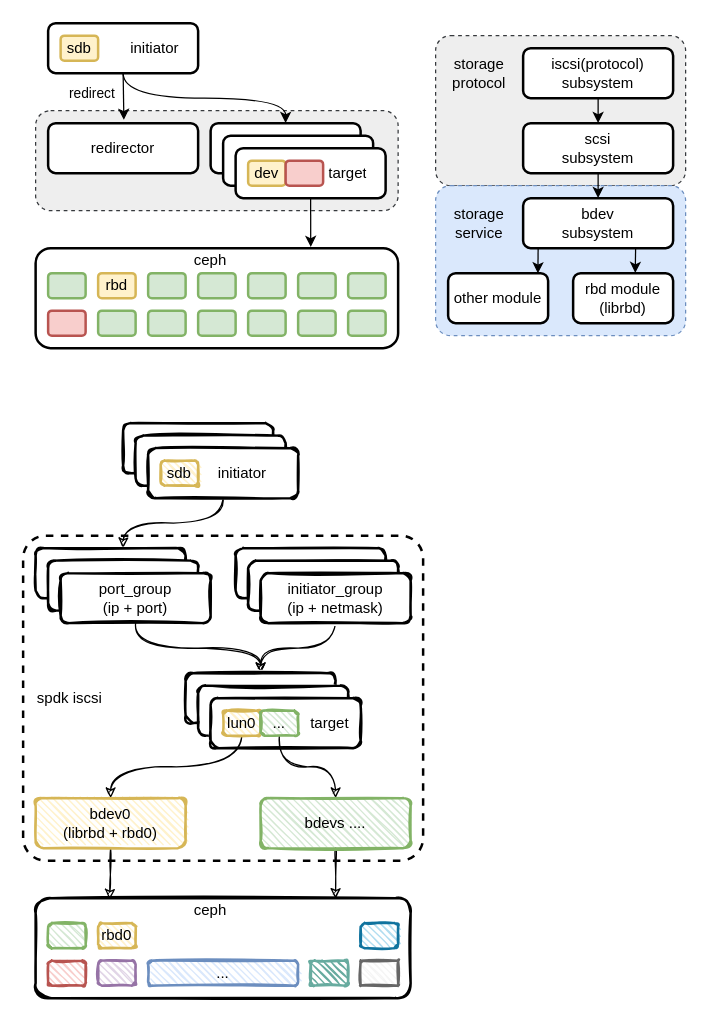
EarthWind/deeparch keeps this draw.io diagram as page "spdk_ceph" (1 of 3) of spdk/spdk_iscsi.drawio. Above is the earlier version. Source tidied: cells renumbered, new cells numbered last; positions are measured from the earlier drawing's top-left corner, leaving out a move shared by most shapes. Both pictures are drawn from the tidied source at 125%, with x=0, y=0 at pixel (22, 22).
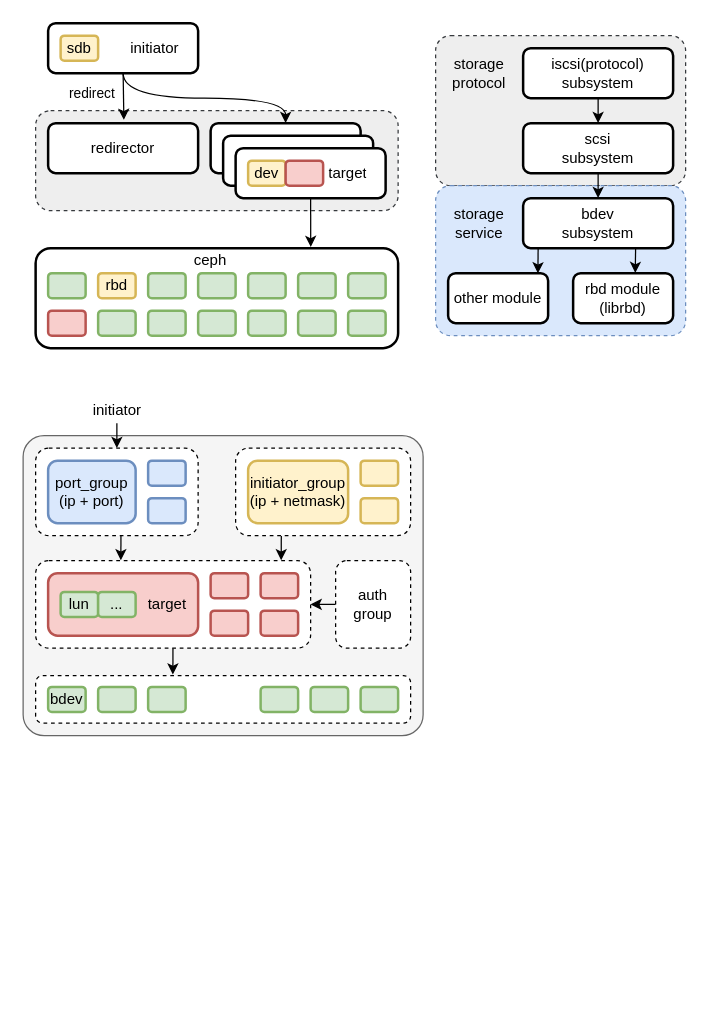
The same diagram, later.

Diff of the diagram source:
```diff
@@
+    <mxCell id="4" style="rounded=1;whiteSpace=wrap;html=1;strokeWidth=1;fillWeight=4;hachureGap=8;hachureAngle=45;sketch=0;shadow=0;fontSize=12;arcSize=7;fillColor=#f5f5f5;fontColor=#333333;strokeColor=#666666;" parent="1" vertex="1">
+      <mxGeometry y="330" width="320" height="240" as="geometry" />
+    </mxCell>
+    <mxCell id="84" style="edgeStyle=none;rounded=0;sketch=0;jettySize=auto;html=1;entryX=0.366;entryY=-0.023;entryDx=0;entryDy=0;entryPerimeter=0;" parent="1" edge="1" source="85" target="42">
+      <mxGeometry relative="1" as="geometry" />
+    </mxCell>
+    <mxCell id="85" style="rounded=1;whiteSpace=wrap;html=1;strokeWidth=1;fillWeight=4;hachureGap=8;hachureAngle=45;sketch=0;shadow=0;fontSize=12;dashed=1;" parent="1" vertex="1">
+      <mxGeometry x="10" y="430" width="220" height="70" as="geometry" />
+    </mxCell>
+    <mxCell id="86" style="edgeStyle=none;rounded=0;sketch=0;jettySize=auto;html=1;entryX=0.31;entryY=-0.003;entryDx=0;entryDy=0;entryPerimeter=0;exitX=0.525;exitY=1;exitDx=0;exitDy=0;exitPerimeter=0;" parent="1" edge="1" source="87" target="85">
+      <mxGeometry relative="1" as="geometry" />
+    </mxCell>
+    <mxCell id="87" style="rounded=1;whiteSpace=wrap;html=1;strokeWidth=1;fillWeight=4;hachureGap=8;hachureAngle=45;sketch=0;shadow=0;fontSize=12;dashed=1;" parent="1" vertex="1">
+      <mxGeometry x="10" y="340" width="130" height="70" as="geometry" />
+    </mxCell>
+    <mxCell id="88" style="rounded=1;whiteSpace=wrap;html=1;strokeWidth=2;fillWeight=4;hachureGap=8;hachureAngle=45;sketch=0;shadow=0;fontSize=12;fillColor=#f8cecc;strokeColor=#b85450;" parent="1" vertex="1">
+      <mxGeometry x="20" y="440" width="120" height="50" as="geometry" />
+    </mxCell>
@@
-    <mxCell id="4" style="rounded=1;whiteSpace=wrap;html=1;strokeWidth=2;fillWeight=4;hachureGap=8;hachureAngle=45;sketch=0;shadow=0;fontSize=12;dashed=1;arcSize=7;" parent="1" vertex="1">
-      <mxGeometry y="410" width="320" height="260" as="geometry" />
-    </mxCell>
@@
-    <mxCell id="17" style="rounded=1;whiteSpace=wrap;html=1;strokeWidth=2;fillWeight=4;hachureGap=8;hachureAngle=45;sketch=1;shadow=0;fontSize=12;fontColor=#000000;fillColor=#FFFFFF;" parent="1" vertex="1">
-      <mxGeometry x="80" y="320" width="120" height="40" as="geometry" />
-    </mxCell>
-    <mxCell id="18" style="rounded=1;whiteSpace=wrap;html=1;strokeWidth=2;fillWeight=4;hachureGap=8;hachureAngle=45;sketch=1;shadow=0;fontSize=12;fontColor=#000000;fillColor=#FFFFFF;" parent="1" vertex="1">
-      <mxGeometry x="90" y="330" width="120" height="40" as="geometry" />
-    </mxCell>
-    <mxCell id="19" style="edgeStyle=orthogonalEdgeStyle;curved=1;rounded=0;sketch=1;jettySize=auto;html=1;exitX=0.5;exitY=1;exitDx=0;exitDy=0;" parent="1" edge="1" source="20">
-      <mxGeometry relative="1" as="geometry">
-        <mxPoint x="80" y="420" as="targetPoint" />
-      </mxGeometry>
-    </mxCell>
-    <mxCell id="20" style="rounded=1;whiteSpace=wrap;html=1;strokeWidth=2;fillWeight=4;hachureGap=8;hachureAngle=45;sketch=1;shadow=0;fontSize=12;fontColor=#000000;fillColor=#FFFFFF;" parent="1" vertex="1">
-      <mxGeometry x="100" y="340" width="120" height="40" as="geometry" />
-    </mxCell>
-    <mxCell id="21" value="sdb" style="rounded=1;whiteSpace=wrap;html=1;strokeWidth=2;fillWeight=1;hachureGap=4;hachureAngle=45;sketch=1;shadow=0;fontSize=12;fillColor=#fff2cc;strokeColor=#d6b656;" parent="1" vertex="1">
-      <mxGeometry x="110" y="350" width="30" height="20" as="geometry" />
-    </mxCell>
-    <mxCell id="22" style="rounded=1;whiteSpace=wrap;html=1;strokeWidth=2;fillWeight=4;hachureGap=8;hachureAngle=45;sketch=1;shadow=0;fontSize=12;fontColor=#000000;fillColor=#FFFFFF;" parent="1" vertex="1">
-      <mxGeometry x="10" y="420" width="120" height="40" as="geometry" />
-    </mxCell>
-    <mxCell id="23" style="rounded=1;whiteSpace=wrap;html=1;strokeWidth=2;fillWeight=4;hachureGap=8;hachureAngle=45;sketch=1;shadow=0;fontSize=12;fontColor=#000000;fillColor=#FFFFFF;" parent="1" vertex="1">
-      <mxGeometry x="20" y="430" width="120" height="40" as="geometry" />
-    </mxCell>
-    <mxCell id="24" style="edgeStyle=orthogonalEdgeStyle;rounded=0;jettySize=auto;html=1;entryX=0.5;entryY=0;entryDx=0;entryDy=0;sketch=1;curved=1;" parent="1" edge="1" source="25" target="30">
-      <mxGeometry relative="1" as="geometry" />
-    </mxCell>
-    <mxCell id="25" value="port_group&lt;br&gt;(ip + port)" style="rounded=1;whiteSpace=wrap;html=1;strokeWidth=2;fillWeight=4;hachureGap=8;hachureAngle=45;sketch=1;shadow=0;fontSize=12;fontColor=#000000;fillColor=#FFFFFF;" parent="1" vertex="1">
-      <mxGeometry x="30" y="440" width="120" height="40" as="geometry" />
+    <mxCell id="25" value="port_group&lt;br&gt;(ip + port)" style="rounded=1;whiteSpace=wrap;html=1;strokeWidth=2;fillWeight=4;hachureGap=8;hachureAngle=45;sketch=0;shadow=0;fontSize=12;fillColor=#dae8fc;strokeColor=#6c8ebf;" parent="1" vertex="1">
+      <mxGeometry x="20" y="350" width="70" height="50" as="geometry" />
     </mxCell>
+    <mxCell id="89" style="edgeStyle=none;rounded=0;sketch=0;jettySize=auto;html=1;entryX=0.893;entryY=-0.004;entryDx=0;entryDy=0;entryPerimeter=0;exitX=0.261;exitY=1.002;exitDx=0;exitDy=0;exitPerimeter=0;" parent="1" edge="1" source="26" target="85">
+      <mxGeometry relative="1" as="geometry" />
+    </mxCell>
-    <mxCell id="26" style="rounded=1;whiteSpace=wrap;html=1;strokeWidth=2;fillWeight=4;hachureGap=8;hachureAngle=45;sketch=1;shadow=0;fontSize=12;fontColor=#000000;fillColor=#FFFFFF;" parent="1" vertex="1">
-      <mxGeometry x="170" y="420" width="120" height="40" as="geometry" />
+    <mxCell id="26" style="rounded=1;whiteSpace=wrap;html=1;strokeWidth=1;fillWeight=4;hachureGap=8;hachureAngle=45;sketch=0;shadow=0;fontSize=12;fontColor=#000000;fillColor=#FFFFFF;dashed=1;" parent="1" vertex="1">
+      <mxGeometry x="170" y="340" width="140" height="70" as="geometry" />
     </mxCell>
-    <mxCell id="27" style="rounded=1;whiteSpace=wrap;html=1;strokeWidth=2;fillWeight=4;hachureGap=8;hachureAngle=45;sketch=1;shadow=0;fontSize=12;fontColor=#000000;fillColor=#FFFFFF;" parent="1" vertex="1">
-      <mxGeometry x="180" y="430" width="120" height="40" as="geometry" />
-    </mxCell>
-    <mxCell id="28" style="edgeStyle=orthogonalEdgeStyle;curved=1;rounded=0;sketch=1;jettySize=auto;html=1;entryX=0.5;entryY=0;entryDx=0;entryDy=0;exitX=0.5;exitY=1;exitDx=0;exitDy=0;" parent="1" edge="1" source="29" target="30">
-      <mxGeometry relative="1" as="geometry" />
-    </mxCell>
-    <mxCell id="29" value="initiator_group&lt;br&gt;(ip + netmask)" style="rounded=1;whiteSpace=wrap;html=1;strokeWidth=2;fillWeight=4;hachureGap=8;hachureAngle=45;sketch=1;shadow=0;fontSize=12;fontColor=#000000;fillColor=#FFFFFF;" parent="1" vertex="1">
-      <mxGeometry x="190" y="440" width="120" height="40" as="geometry" />
+    <mxCell id="29" value="initiator_group&lt;br&gt;(ip + netmask)" style="rounded=1;whiteSpace=wrap;html=1;strokeWidth=2;fillWeight=4;hachureGap=8;hachureAngle=45;sketch=0;shadow=0;fontSize=12;fillColor=#fff2cc;strokeColor=#d6b656;" parent="1" vertex="1">
+      <mxGeometry x="180" y="350" width="80" height="50" as="geometry" />
     </mxCell>
-    <mxCell id="30" style="rounded=1;whiteSpace=wrap;html=1;strokeWidth=2;fillWeight=4;hachureGap=8;hachureAngle=45;sketch=1;shadow=0;fontSize=12;fontColor=#000000;fillColor=#FFFFFF;" parent="1" vertex="1">
-      <mxGeometry x="130" y="520" width="120" height="40" as="geometry" />
-    </mxCell>
-    <mxCell id="31" style="rounded=1;whiteSpace=wrap;html=1;strokeWidth=2;fillWeight=4;hachureGap=8;hachureAngle=45;sketch=1;shadow=0;fontSize=12;fontColor=#000000;fillColor=#FFFFFF;" parent="1" vertex="1">
-      <mxGeometry x="140" y="530" width="120" height="40" as="geometry" />
-    </mxCell>
-    <mxCell id="32" style="rounded=1;whiteSpace=wrap;html=1;strokeWidth=2;fillWeight=4;hachureGap=8;hachureAngle=45;sketch=1;shadow=0;fontSize=12;fontColor=#000000;fillColor=#FFFFFF;" parent="1" vertex="1">
-      <mxGeometry x="150" y="540" width="120" height="40" as="geometry" />
-    </mxCell>
-    <mxCell id="33" style="edgeStyle=orthogonalEdgeStyle;curved=1;rounded=0;sketch=1;jettySize=auto;html=1;exitX=0.5;exitY=1;exitDx=0;exitDy=0;" parent="1" edge="1" source="34" target="40">
-      <mxGeometry relative="1" as="geometry" />
-    </mxCell>
-    <mxCell id="34" value="lun0" style="rounded=1;whiteSpace=wrap;html=1;strokeWidth=2;fillWeight=1;hachureGap=4;hachureAngle=45;sketch=1;shadow=0;fontSize=12;fillColor=#fff2cc;strokeColor=#d6b656;" parent="1" vertex="1">
-      <mxGeometry x="160" y="550" width="30" height="20" as="geometry" />
-    </mxCell>
-    <mxCell id="35" value="initiator" style="text;html=1;align=center;verticalAlign=middle;points=[];strokeColor=none;" parent="1" vertex="1">
-      <mxGeometry x="150" y="350" width="50" height="20" as="geometry" />
-    </mxCell>
-    <mxCell id="36" value="target" style="text;html=1;align=center;verticalAlign=middle;strokeColor=none;" parent="1" vertex="1">
-      <mxGeometry x="220" y="550" width="50" height="20" as="geometry" />
-    </mxCell>
-    <mxCell id="37" style="edgeStyle=orthogonalEdgeStyle;curved=1;rounded=0;sketch=1;jettySize=auto;html=1;" parent="1" edge="1" source="38" target="42">
-      <mxGeometry relative="1" as="geometry" />
-    </mxCell>
-    <mxCell id="38" value="..." style="rounded=1;whiteSpace=wrap;html=1;strokeWidth=2;fillWeight=1;hachureGap=4;hachureAngle=45;sketch=1;shadow=0;fontSize=12;fillColor=#d5e8d4;strokeColor=#82b366;" parent="1" vertex="1">
-      <mxGeometry x="190" y="550" width="30" height="20" as="geometry" />
-    </mxCell>
-    <mxCell id="39" style="edgeStyle=orthogonalEdgeStyle;curved=1;rounded=0;sketch=1;jettySize=auto;html=1;entryX=0.197;entryY=0.014;entryDx=0;entryDy=0;entryPerimeter=0;" parent="1" edge="1" source="40" target="61">
-      <mxGeometry relative="1" as="geometry" />
-    </mxCell>
-    <mxCell id="40" value="bdev0&lt;br&gt;(librbd + rbd0)" style="rounded=1;whiteSpace=wrap;html=1;strokeWidth=2;fillWeight=1;hachureGap=4;hachureAngle=45;sketch=1;shadow=0;fontSize=12;fillColor=#fff2cc;strokeColor=#d6b656;" parent="1" vertex="1">
-      <mxGeometry x="10" y="620" width="120" height="40" as="geometry" />
-    </mxCell>
-    <mxCell id="41" style="edgeStyle=orthogonalEdgeStyle;curved=1;rounded=0;sketch=1;jettySize=auto;html=1;entryX=0.8;entryY=0.007;entryDx=0;entryDy=0;entryPerimeter=0;" parent="1" edge="1" source="42" target="61">
-      <mxGeometry relative="1" as="geometry" />
-    </mxCell>
-    <mxCell id="42" value="bdevs ...." style="rounded=1;whiteSpace=wrap;html=1;strokeWidth=2;fillWeight=1;hachureGap=4;hachureAngle=45;sketch=1;shadow=0;fontSize=12;fillColor=#d5e8d4;strokeColor=#82b366;" parent="1" vertex="1">
-      <mxGeometry x="190" y="620" width="120" height="40" as="geometry" />
+    <mxCell id="42" style="rounded=1;whiteSpace=wrap;html=1;strokeWidth=1;fillWeight=1;hachureGap=4;hachureAngle=45;sketch=0;shadow=0;fontSize=12;dashed=1;" parent="1" vertex="1">
+      <mxGeometry x="10" y="522" width="300" height="38" as="geometry" />
     </mxCell>
@@
-    <mxCell id="61" style="rounded=1;whiteSpace=wrap;html=1;strokeWidth=2;fillWeight=4;hachureGap=8;hachureAngle=45;sketch=1;shadow=0;fontSize=12;fontColor=#000000;fillColor=#FFFFFF;" parent="1" vertex="1">
-      <mxGeometry x="10" y="700" width="300" height="80" as="geometry" />
-    </mxCell>
-    <mxCell id="62" value="ceph" style="text;html=1;strokeColor=none;fillColor=none;align=center;verticalAlign=middle;whiteSpace=wrap;overflow=hidden;" parent="1" vertex="1">
-      <mxGeometry x="130" y="700" width="40" height="20" as="geometry" />
-    </mxCell>
-    <mxCell id="63" style="rounded=1;whiteSpace=wrap;html=1;strokeWidth=2;fillWeight=1;hachureGap=4;hachureAngle=45;sketch=1;shadow=0;fontSize=12;fillColor=#d5e8d4;strokeColor=#82b366;" parent="1" vertex="1">
-      <mxGeometry x="20" y="720" width="30" height="20" as="geometry" />
-    </mxCell>
-    <mxCell id="64" style="rounded=1;whiteSpace=wrap;html=1;strokeWidth=2;fillWeight=1;hachureGap=4;hachureAngle=45;sketch=1;shadow=0;fontSize=12;fillColor=#f8cecc;strokeColor=#b85450;" parent="1" vertex="1">
-      <mxGeometry x="20" y="750" width="30" height="20" as="geometry" />
-    </mxCell>
-    <mxCell id="65" value="rbd0" style="rounded=1;whiteSpace=wrap;html=1;strokeWidth=2;fillWeight=1;hachureGap=4;hachureAngle=45;sketch=1;shadow=0;fontSize=12;fillColor=#fff2cc;strokeColor=#d6b656;" parent="1" vertex="1">
-      <mxGeometry x="60" y="720" width="30" height="20" as="geometry" />
-    </mxCell>
-    <mxCell id="66" style="rounded=1;whiteSpace=wrap;html=1;strokeWidth=2;fillWeight=1;hachureGap=4;hachureAngle=45;sketch=1;shadow=0;fontSize=12;fillColor=#e1d5e7;strokeColor=#9673a6;" parent="1" vertex="1">
-      <mxGeometry x="60" y="750" width="30" height="20" as="geometry" />
-    </mxCell>
-    <mxCell id="67" value="..." style="rounded=1;whiteSpace=wrap;html=1;strokeWidth=2;fillWeight=1;hachureGap=4;hachureAngle=45;sketch=1;shadow=0;fontSize=12;fillColor=#dae8fc;strokeColor=#6c8ebf;" parent="1" vertex="1">
-      <mxGeometry x="100" y="750" width="120" height="20" as="geometry" />
-    </mxCell>
-    <mxCell id="68" style="rounded=1;whiteSpace=wrap;html=1;strokeWidth=2;fillWeight=1;hachureGap=4;hachureAngle=45;sketch=1;shadow=0;fontSize=12;fillColor=#b1ddf0;strokeColor=#10739e;" parent="1" vertex="1">
-      <mxGeometry x="270" y="720" width="30" height="20" as="geometry" />
-    </mxCell>
-    <mxCell id="69" style="rounded=1;whiteSpace=wrap;html=1;strokeWidth=2;fillWeight=1;hachureGap=4;hachureAngle=45;sketch=1;shadow=0;fontSize=12;fillColor=#f5f5f5;strokeColor=#666666;arcSize=0;fontColor=#333333;" parent="1" vertex="1">
-      <mxGeometry x="270" y="750" width="30" height="20" as="geometry" />
-    </mxCell>
-    <mxCell id="70" style="rounded=1;whiteSpace=wrap;html=1;strokeWidth=2;fillWeight=1;hachureGap=4;hachureAngle=45;sketch=1;shadow=0;fontSize=12;fillColor=#67AB9F;strokeColor=#67AB9F;" parent="1" vertex="1">
-      <mxGeometry x="230" y="750" width="30" height="20" as="geometry" />
-    </mxCell>
@@
-    <mxCell id="72" value="spdk iscsi" style="text;html=1;strokeColor=none;fillColor=none;align=center;verticalAlign=middle;whiteSpace=wrap;overflow=hidden;" parent="1" vertex="1">
-      <mxGeometry x="5" y="530" width="65" height="20" as="geometry" />
-    </mxCell>
@@
+    <mxCell id="90" style="edgeStyle=none;rounded=0;sketch=0;jettySize=auto;html=1;entryX=1;entryY=0.5;entryDx=0;entryDy=0;" parent="1" edge="1" source="91" target="85">
+      <mxGeometry relative="1" as="geometry" />
+    </mxCell>
+    <mxCell id="91" value="auth&lt;br&gt;group" style="rounded=1;whiteSpace=wrap;html=1;strokeWidth=1;fillWeight=4;hachureGap=8;hachureAngle=45;sketch=0;shadow=0;fontSize=12;fontColor=#000000;fillColor=#FFFFFF;dashed=1;" parent="1" vertex="1">
+      <mxGeometry x="250" y="430" width="60" height="70" as="geometry" />
+    </mxCell>
+    <mxCell id="34" value="lun" style="rounded=1;whiteSpace=wrap;html=1;strokeWidth=2;fillWeight=1;hachureGap=4;hachureAngle=45;sketch=0;shadow=0;fontSize=12;fillColor=#d5e8d4;strokeColor=#82b366;" parent="1" vertex="1">
+      <mxGeometry x="30" y="455" width="30" height="20" as="geometry" />
+    </mxCell>
+    <mxCell id="38" value="..." style="rounded=1;whiteSpace=wrap;html=1;strokeWidth=2;fillWeight=1;hachureGap=4;hachureAngle=45;sketch=0;shadow=0;fontSize=12;fillColor=#d5e8d4;strokeColor=#82b366;" parent="1" vertex="1">
+      <mxGeometry x="60" y="455" width="30" height="20" as="geometry" />
+    </mxCell>
+    <mxCell id="36" value="target" style="text;html=1;align=center;verticalAlign=middle;strokeColor=none;" parent="1" vertex="1">
+      <mxGeometry x="90" y="455" width="50" height="20" as="geometry" />
+    </mxCell>
+    <mxCell id="92" style="rounded=1;whiteSpace=wrap;html=1;strokeWidth=2;fillWeight=1;hachureGap=4;hachureAngle=45;sketch=0;shadow=0;fontSize=12;fillColor=#d5e8d4;strokeColor=#82b366;" parent="1" vertex="1">
+      <mxGeometry x="190" y="531" width="30" height="20" as="geometry" />
+    </mxCell>
+    <mxCell id="93" style="rounded=1;whiteSpace=wrap;html=1;strokeWidth=2;fillWeight=1;hachureGap=4;hachureAngle=45;sketch=0;shadow=0;fontSize=12;fillColor=#d5e8d4;strokeColor=#82b366;" parent="1" vertex="1">
+      <mxGeometry x="230" y="531" width="30" height="20" as="geometry" />
+    </mxCell>
+    <mxCell id="94" style="rounded=1;whiteSpace=wrap;html=1;strokeWidth=2;fillWeight=1;hachureGap=4;hachureAngle=45;sketch=0;shadow=0;fontSize=12;fillColor=#d5e8d4;strokeColor=#82b366;" parent="1" vertex="1">
+      <mxGeometry x="270" y="531" width="30" height="20" as="geometry" />
+    </mxCell>
+    <mxCell id="95" style="rounded=1;whiteSpace=wrap;html=1;strokeWidth=2;fillWeight=1;hachureGap=4;hachureAngle=45;sketch=0;shadow=0;fontSize=12;fillColor=#dae8fc;strokeColor=#6c8ebf;" parent="1" vertex="1">
+      <mxGeometry x="100" y="350" width="30" height="20" as="geometry" />
+    </mxCell>
+    <mxCell id="96" style="rounded=1;whiteSpace=wrap;html=1;strokeWidth=2;fillWeight=1;hachureGap=4;hachureAngle=45;sketch=0;shadow=0;fontSize=12;fillColor=#dae8fc;strokeColor=#6c8ebf;" parent="1" vertex="1">
+      <mxGeometry x="100" y="380" width="30" height="20" as="geometry" />
+    </mxCell>
+    <mxCell id="97" style="rounded=1;whiteSpace=wrap;html=1;strokeWidth=2;fillWeight=1;hachureGap=4;hachureAngle=45;sketch=0;shadow=0;fontSize=12;fillColor=#fff2cc;strokeColor=#d6b656;" parent="1" vertex="1">
+      <mxGeometry x="270" y="350" width="30" height="20" as="geometry" />
+    </mxCell>
+    <mxCell id="98" style="rounded=1;whiteSpace=wrap;html=1;strokeWidth=2;fillWeight=1;hachureGap=4;hachureAngle=45;sketch=0;shadow=0;fontSize=12;fillColor=#fff2cc;strokeColor=#d6b656;" parent="1" vertex="1">
+      <mxGeometry x="270" y="380" width="30" height="20" as="geometry" />
+    </mxCell>
+    <mxCell id="99" value="bdev" style="rounded=1;whiteSpace=wrap;html=1;strokeWidth=2;fillWeight=1;hachureGap=4;hachureAngle=45;sketch=0;shadow=0;fontSize=12;fillColor=#d5e8d4;strokeColor=#82b366;" parent="1" vertex="1">
+      <mxGeometry x="20" y="531" width="30" height="20" as="geometry" />
+    </mxCell>
+    <mxCell id="100" style="rounded=1;whiteSpace=wrap;html=1;strokeWidth=2;fillWeight=1;hachureGap=4;hachureAngle=45;sketch=0;shadow=0;fontSize=12;fillColor=#d5e8d4;strokeColor=#82b366;" parent="1" vertex="1">
+      <mxGeometry x="60" y="531" width="30" height="20" as="geometry" />
+    </mxCell>
+    <mxCell id="101" style="rounded=1;whiteSpace=wrap;html=1;strokeWidth=2;fillWeight=1;hachureGap=4;hachureAngle=45;sketch=0;shadow=0;fontSize=12;fillColor=#d5e8d4;strokeColor=#82b366;" parent="1" vertex="1">
+      <mxGeometry x="100" y="531" width="30" height="20" as="geometry" />
+    </mxCell>
+    <mxCell id="102" style="rounded=1;whiteSpace=wrap;html=1;strokeWidth=2;fillWeight=1;hachureGap=4;hachureAngle=45;sketch=0;shadow=0;fontSize=12;fillColor=#f8cecc;strokeColor=#b85450;" parent="1" vertex="1">
+      <mxGeometry x="150" y="440" width="30" height="20" as="geometry" />
+    </mxCell>
+    <mxCell id="103" style="rounded=1;whiteSpace=wrap;html=1;strokeWidth=2;fillWeight=1;hachureGap=4;hachureAngle=45;sketch=0;shadow=0;fontSize=12;fillColor=#f8cecc;strokeColor=#b85450;" parent="1" vertex="1">
+      <mxGeometry x="190" y="440" width="30" height="20" as="geometry" />
+    </mxCell>
+    <mxCell id="104" style="rounded=1;whiteSpace=wrap;html=1;strokeWidth=2;fillWeight=1;hachureGap=4;hachureAngle=45;sketch=0;shadow=0;fontSize=12;fillColor=#f8cecc;strokeColor=#b85450;" parent="1" vertex="1">
+      <mxGeometry x="150" y="470" width="30" height="20" as="geometry" />
+    </mxCell>
+    <mxCell id="105" style="rounded=1;whiteSpace=wrap;html=1;strokeWidth=2;fillWeight=1;hachureGap=4;hachureAngle=45;sketch=0;shadow=0;fontSize=12;fillColor=#f8cecc;strokeColor=#b85450;" parent="1" vertex="1">
+      <mxGeometry x="190" y="470" width="30" height="20" as="geometry" />
+    </mxCell>
+    <mxCell id="106" style="edgeStyle=none;rounded=0;sketch=0;jettySize=auto;html=1;entryX=0.5;entryY=0;entryDx=0;entryDy=0;" parent="1" edge="1" source="35" target="87">
+      <mxGeometry relative="1" as="geometry" />
+    </mxCell>
+    <mxCell id="35" value="initiator" style="text;html=1;align=center;verticalAlign=middle;points=[];strokeColor=none;fillColor=none;" parent="1" vertex="1">
+      <mxGeometry x="50" y="300" width="50" height="20" as="geometry" />
+    </mxCell>
```
